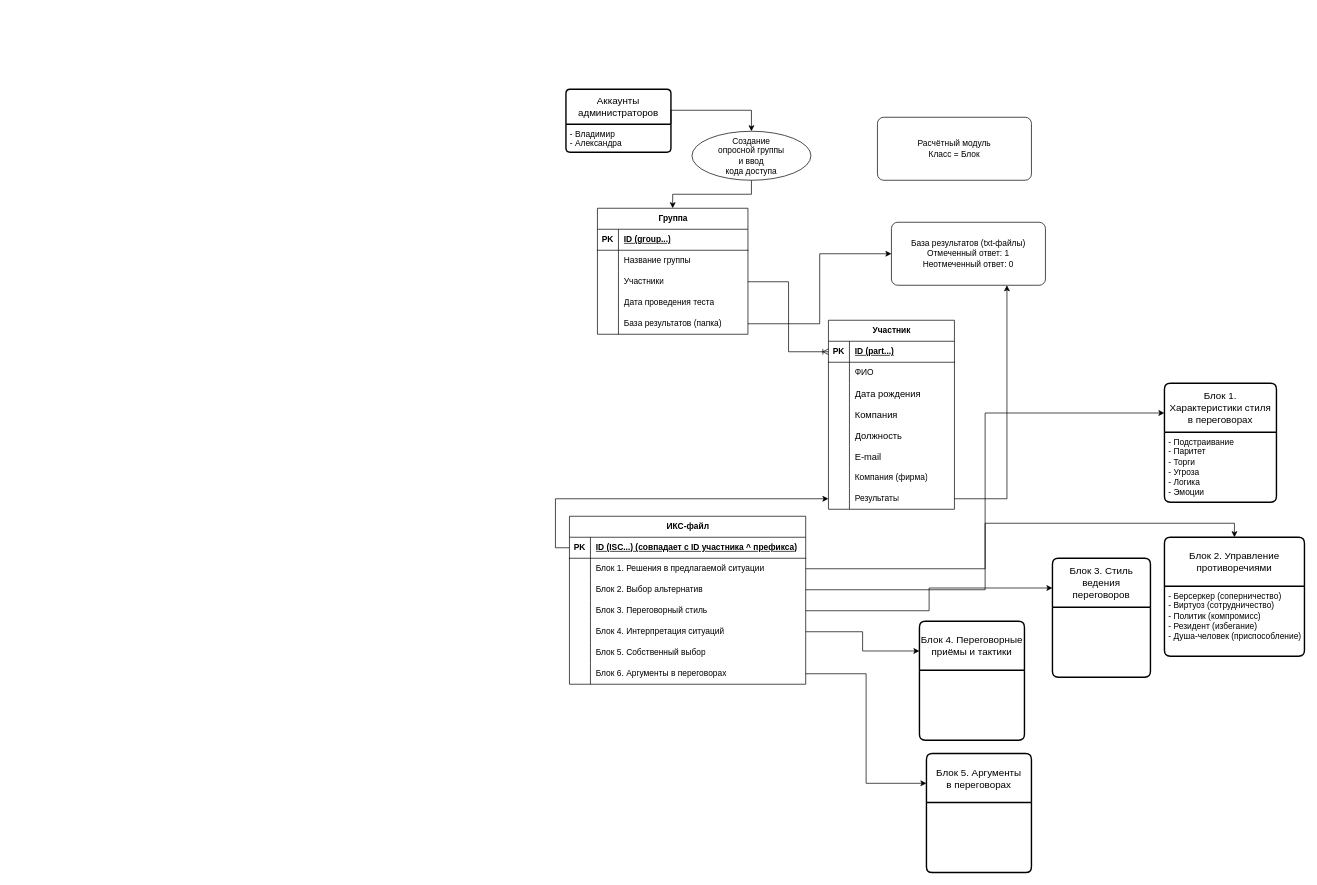
Above: ИКС-файл.drawio in apakufai/ISeC_workfiles (draw.io), before the change. Source tidied: cells renumbered, new cells numbered last; positions are measured from the earlier drawing's top-left corner, leaving out a move shared by most shapes. Both pictures are drawn from the tidied source at 70%, with x=0, y=0 at pixel (555, 89).
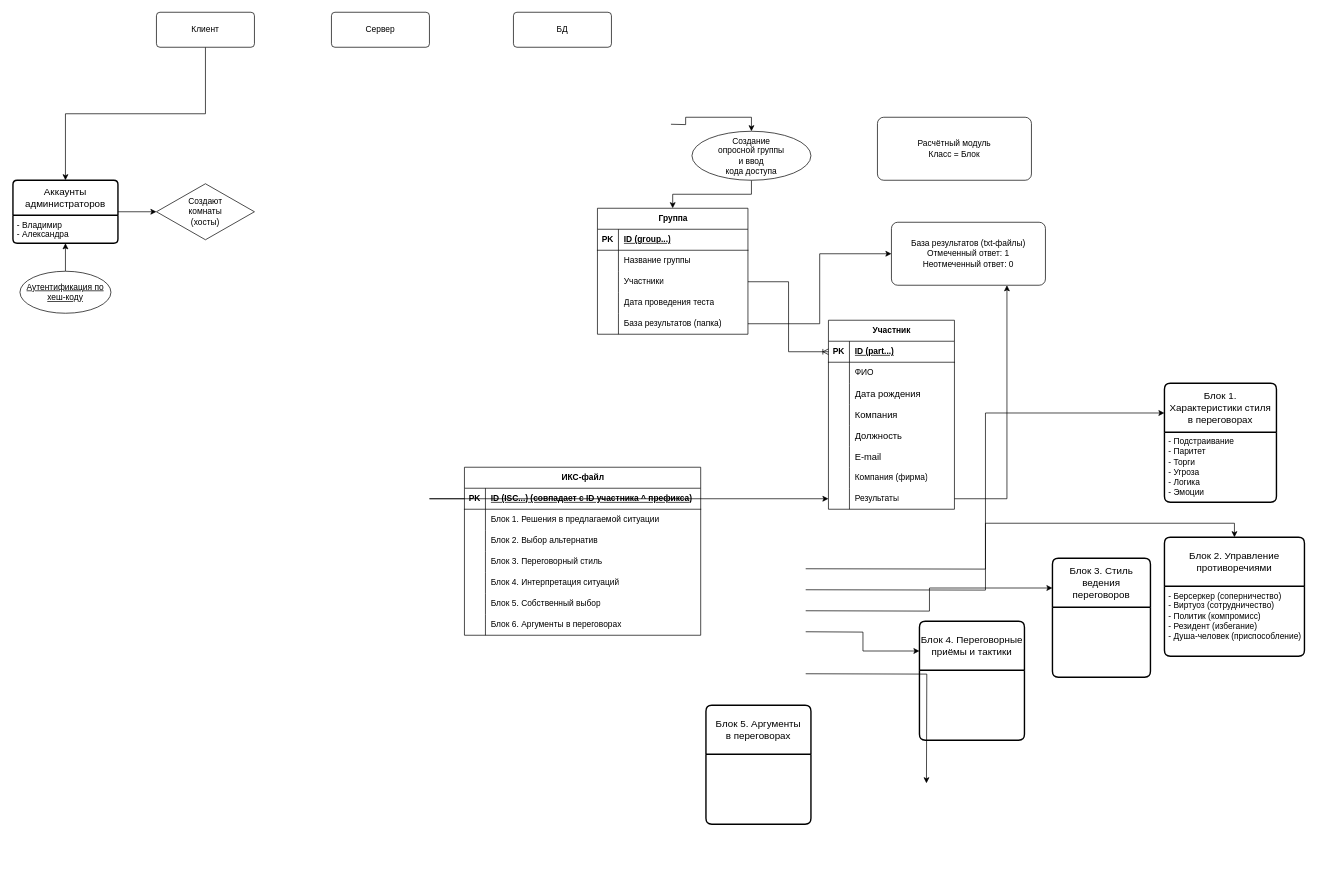
The same page after the edit.

Unchanged cells that the change refers to:
```xml
<mxCell id="3" value="- Владимир&lt;div&gt;- Александра&lt;/div&gt;" style="align=left;strokeColor=none;fillColor=none;spacingLeft=4;fontSize=12;verticalAlign=top;html=1;" parent="2" vertex="1">
  <mxGeometry y="50" width="150" height="40" as="geometry" />
</mxCell>
<mxCell id="20" value="Блок 1.&lt;div&gt;Характеристики стиля&lt;/div&gt;&lt;div&gt;в переговорах&lt;/div&gt;" style="swimlane;horizontal=1;startSize=70;rounded=1;fontSize=14;fontStyle=0;strokeWidth=2;shadow=0;dashed=0;align=center;arcSize=4;whiteSpace=wrap;html=1;" parent="1" vertex="1">
  <mxGeometry x="870" y="420" width="160" height="170" as="geometry" />
</mxCell>
<mxCell id="24" value="Создание&lt;div&gt;опросной группы&lt;/div&gt;&lt;div&gt;и ввод&lt;/div&gt;&lt;div&gt;кода доступа&lt;/div&gt;" style="ellipse;whiteSpace=wrap;html=1;align=center;" parent="1" vertex="1">
  <mxGeometry x="195" y="60" width="170" height="70" as="geometry" />
</mxCell>
<mxCell id="27" style="shape=tableRow;horizontal=0;startSize=0;swimlaneHead=0;swimlaneBody=0;fillColor=none;points=[[0,0.5],[1,0.5]];portConstraint=eastwest;top=0;left=0;right=0;bottom=1;" parent="26" vertex="1">
  <mxGeometry y="30" width="337.5" height="30" as="geometry" />
</mxCell>
<mxCell id="30" style="shape=tableRow;horizontal=0;startSize=0;swimlaneHead=0;swimlaneBody=0;fillColor=none;points=[[0,0.5],[1,0.5]];portConstraint=eastwest;top=0;left=0;right=0;bottom=0;" parent="26" vertex="1">
  <mxGeometry y="60" width="337.5" height="30" as="geometry" />
</mxCell>
<mxCell id="33" style="shape=tableRow;horizontal=0;startSize=0;swimlaneHead=0;swimlaneBody=0;fillColor=none;points=[[0,0.5],[1,0.5]];portConstraint=eastwest;top=0;left=0;right=0;bottom=0;" parent="26" vertex="1">
  <mxGeometry y="90" width="337.5" height="30" as="geometry" />
</mxCell>
<mxCell id="36" style="shape=tableRow;horizontal=0;startSize=0;swimlaneHead=0;swimlaneBody=0;fillColor=none;points=[[0,0.5],[1,0.5]];portConstraint=eastwest;top=0;left=0;right=0;bottom=0;" parent="26" vertex="1">
  <mxGeometry y="120" width="337.5" height="30" as="geometry" />
</mxCell>
<mxCell id="39" style="shape=tableRow;horizontal=0;startSize=0;swimlaneHead=0;swimlaneBody=0;fillColor=none;points=[[0,0.5],[1,0.5]];portConstraint=eastwest;top=0;left=0;right=0;bottom=0;" parent="26" vertex="1">
  <mxGeometry y="150" width="337.5" height="30" as="geometry" />
</mxCell>
<mxCell id="45" style="shape=tableRow;horizontal=0;startSize=0;swimlaneHead=0;swimlaneBody=0;fillColor=none;points=[[0,0.5],[1,0.5]];portConstraint=eastwest;top=0;left=0;right=0;bottom=0;" parent="26" vertex="1">
  <mxGeometry y="210" width="337.5" height="30" as="geometry" />
</mxCell>
<mxCell id="48" value="Блок 2. Управление противоречиями" style="swimlane;horizontal=1;startSize=70;rounded=1;fontSize=14;fontStyle=0;strokeWidth=2;shadow=0;dashed=0;align=center;arcSize=4;whiteSpace=wrap;html=1;" parent="1" vertex="1">
  <mxGeometry x="870" y="640" width="200" height="170" as="geometry" />
</mxCell>
<mxCell id="50" value="Блок 3. Стиль ведения переговоров" style="swimlane;horizontal=1;startSize=70;rounded=1;fontSize=14;fontStyle=0;strokeWidth=2;shadow=0;dashed=0;align=center;arcSize=4;whiteSpace=wrap;html=1;" parent="1" vertex="1">
  <mxGeometry x="710" y="670" width="140" height="170" as="geometry" />
</mxCell>
<mxCell id="51" value="Блок 4. Переговорные приёмы и тактики" style="swimlane;horizontal=1;startSize=70;rounded=1;fontSize=14;fontStyle=0;strokeWidth=2;shadow=0;dashed=0;align=center;arcSize=4;whiteSpace=wrap;html=1;" parent="1" vertex="1">
  <mxGeometry x="520" y="760" width="150" height="170" as="geometry" />
</mxCell>
<mxCell id="77" style="shape=tableRow;horizontal=0;startSize=0;swimlaneHead=0;swimlaneBody=0;fillColor=none;points=[[0,0.5],[1,0.5]];portConstraint=eastwest;top=0;left=0;right=0;bottom=0;" parent="55" vertex="1">
  <mxGeometry y="240" width="180" height="30" as="geometry" />
</mxCell>
```

Diff of the diagram source:
```diff
@@
+    <mxCell id="88" style="edgeStyle=orthogonalEdgeStyle;rounded=0;jettySize=auto;html=1;exitX=1;exitY=0.5;exitDx=0;exitDy=0;entryX=0;entryY=0.5;entryDx=0;entryDy=0;" parent="1" edge="1" source="2" target="95">
+      <mxGeometry relative="1" as="geometry" />
+    </mxCell>
     <mxCell id="2" value="Аккаунты администраторов" style="swimlane;horizontal=1;startSize=50;rounded=1;fontSize=14;fontStyle=0;strokeWidth=2;shadow=0;dashed=0;align=center;arcSize=4;whiteSpace=wrap;html=1;" parent="1" vertex="1">
-      <mxGeometry x="15" width="150" height="90" as="geometry" />
+      <mxGeometry x="-775" y="130" width="150" height="90" as="geometry" />
     </mxCell>
@@
-    <mxCell id="22" style="edgeStyle=orthogonalEdgeStyle;rounded=0;jettySize=auto;html=1;exitX=1;exitY=0;exitDx=0;exitDy=0;entryX=0.5;entryY=0;entryDx=0;entryDy=0;" parent="1" edge="1" source="3" target="24">
-      <mxGeometry relative="1" as="geometry" />
+    <mxCell id="22" style="edgeStyle=orthogonalEdgeStyle;rounded=0;jettySize=auto;html=1;exitX=1;exitY=0;exitDx=0;exitDy=0;entryX=0.5;entryY=0;entryDx=0;entryDy=0;" parent="1" edge="1" target="24">
+      <mxGeometry relative="1" as="geometry">
+        <mxPoint x="165" y="50" as="sourcePoint" />
+      </mxGeometry>
     </mxCell>
@@
     <mxCell id="26" value="ИКС-файл" style="shape=table;startSize=30;childLayout=tableLayout;rowLines=0;fontStyle=1;align=center;html=1;" parent="1" vertex="1">
-      <mxGeometry x="20" y="610" width="337.5" height="240" as="geometry" />
+      <mxGeometry x="-130" y="540" width="337.5" height="240" as="geometry" />
     </mxCell>
@@
     <mxCell id="52" style="edgeStyle=elbowEdgeStyle;rounded=0;jettySize=auto;html=1;exitX=0;exitY=0.5;exitDx=0;exitDy=0;entryX=0;entryY=0.5;entryDx=0;entryDy=0;" parent="1" edge="1" source="27" target="77">
       <mxGeometry relative="1" as="geometry">
         <Array as="points">
-          <mxPoint y="600" />
+          <mxPoint x="-180" y="590" />
         </Array>
       </mxGeometry>
     </mxCell>
@@
-    <mxCell id="82" style="edgeStyle=orthogonalEdgeStyle;rounded=0;jettySize=auto;html=1;exitX=1;exitY=0.5;exitDx=0;exitDy=0;entryX=0;entryY=0.25;entryDx=0;entryDy=0;" parent="1" edge="1" source="30" target="20">
-      <mxGeometry relative="1" as="geometry" />
+    <mxCell id="82" style="edgeStyle=orthogonalEdgeStyle;rounded=0;jettySize=auto;html=1;exitX=1;exitY=0.5;exitDx=0;exitDy=0;entryX=0;entryY=0.25;entryDx=0;entryDy=0;" parent="1" edge="1" target="20">
+      <mxGeometry relative="1" as="geometry">
+        <mxPoint x="357.5" y="685" as="sourcePoint" />
+      </mxGeometry>
     </mxCell>
-    <mxCell id="83" style="edgeStyle=orthogonalEdgeStyle;rounded=0;jettySize=auto;html=1;exitX=1;exitY=0.5;exitDx=0;exitDy=0;entryX=0.5;entryY=0;entryDx=0;entryDy=0;" parent="1" edge="1" source="33" target="48">
-      <mxGeometry relative="1" as="geometry" />
+    <mxCell id="83" style="edgeStyle=orthogonalEdgeStyle;rounded=0;jettySize=auto;html=1;exitX=1;exitY=0.5;exitDx=0;exitDy=0;entryX=0.5;entryY=0;entryDx=0;entryDy=0;" parent="1" edge="1" target="48">
+      <mxGeometry relative="1" as="geometry">
+        <mxPoint x="357.5" y="715" as="sourcePoint" />
+      </mxGeometry>
     </mxCell>
-    <mxCell id="84" style="edgeStyle=orthogonalEdgeStyle;rounded=0;jettySize=auto;html=1;exitX=1;exitY=0.5;exitDx=0;exitDy=0;entryX=0;entryY=0.25;entryDx=0;entryDy=0;" parent="1" edge="1" source="36" target="50">
-      <mxGeometry relative="1" as="geometry" />
+    <mxCell id="84" style="edgeStyle=orthogonalEdgeStyle;rounded=0;jettySize=auto;html=1;exitX=1;exitY=0.5;exitDx=0;exitDy=0;entryX=0;entryY=0.25;entryDx=0;entryDy=0;" parent="1" edge="1" target="50">
+      <mxGeometry relative="1" as="geometry">
+        <mxPoint x="357.5" y="745" as="sourcePoint" />
+      </mxGeometry>
     </mxCell>
     <mxCell id="85" value="Блок 5. Аргументы&lt;div&gt;в переговорах&lt;/div&gt;" style="swimlane;horizontal=1;startSize=70;rounded=1;fontSize=14;fontStyle=0;strokeWidth=2;shadow=0;dashed=0;align=center;arcSize=4;whiteSpace=wrap;html=1;" parent="1" vertex="1">
-      <mxGeometry x="530" y="949" width="150" height="170" as="geometry" />
+      <mxGeometry x="215" y="880" width="150" height="170" as="geometry" />
     </mxCell>
-    <mxCell id="86" style="edgeStyle=orthogonalEdgeStyle;rounded=0;jettySize=auto;html=1;entryX=0;entryY=0.25;entryDx=0;entryDy=0;" parent="1" edge="1" source="39" target="51">
-      <mxGeometry relative="1" as="geometry" />
+    <mxCell id="86" style="edgeStyle=orthogonalEdgeStyle;rounded=0;jettySize=auto;html=1;entryX=0;entryY=0.25;entryDx=0;entryDy=0;" parent="1" edge="1" target="51">
+      <mxGeometry relative="1" as="geometry">
+        <mxPoint x="357.5" y="775" as="sourcePoint" />
+      </mxGeometry>
     </mxCell>
-    <mxCell id="87" style="edgeStyle=orthogonalEdgeStyle;rounded=0;jettySize=auto;html=1;exitX=1;exitY=0.5;exitDx=0;exitDy=0;entryX=0;entryY=0.25;entryDx=0;entryDy=0;" parent="1" edge="1" source="45" target="85">
-      <mxGeometry relative="1" as="geometry" />
+    <mxCell id="87" style="edgeStyle=orthogonalEdgeStyle;rounded=0;orthogonalLoop=1;jettySize=auto;html=1;exitX=1;exitY=0.5;exitDx=0;exitDy=0;entryX=0;entryY=0.25;entryDx=0;entryDy=0;" parent="1" edge="1">
+      <mxGeometry relative="1" as="geometry">
+        <mxPoint x="357.5" y="835" as="sourcePoint" />
+        <mxPoint x="530" y="991.5" as="targetPoint" />
+      </mxGeometry>
     </mxCell>
+    <mxCell id="89" style="edgeStyle=orthogonalEdgeStyle;rounded=0;jettySize=auto;html=1;exitX=0.5;exitY=1;exitDx=0;exitDy=0;entryX=0.5;entryY=0;entryDx=0;entryDy=0;" parent="1" edge="1" source="90" target="2">
+      <mxGeometry relative="1" as="geometry" />
+    </mxCell>
+    <mxCell id="90" value="Клиент" style="rounded=1;arcSize=10;whiteSpace=wrap;html=1;align=center;" parent="1" vertex="1">
+      <mxGeometry x="-570" y="-110" width="140" height="50" as="geometry" />
+    </mxCell>
+    <mxCell id="91" style="edgeStyle=orthogonalEdgeStyle;rounded=0;jettySize=auto;html=1;exitX=0.5;exitY=0;exitDx=0;exitDy=0;entryX=0.5;entryY=1;entryDx=0;entryDy=0;" parent="1" edge="1" source="92" target="3">
+      <mxGeometry relative="1" as="geometry" />
+    </mxCell>
+    <mxCell id="92" value="Аутентификация по&lt;div&gt;хеш-коду&lt;/div&gt;" style="ellipse;whiteSpace=wrap;html=1;align=center;fontStyle=4;" parent="1" vertex="1">
+      <mxGeometry x="-765" y="260" width="130" height="60" as="geometry" />
+    </mxCell>
+    <mxCell id="93" value="Сервер" style="rounded=1;arcSize=10;whiteSpace=wrap;html=1;align=center;" parent="1" vertex="1">
+      <mxGeometry x="-320" y="-110" width="140" height="50" as="geometry" />
+    </mxCell>
+    <mxCell id="94" value="БД" style="rounded=1;arcSize=10;whiteSpace=wrap;html=1;align=center;" parent="1" vertex="1">
+      <mxGeometry x="-60" y="-110" width="140" height="50" as="geometry" />
+    </mxCell>
+    <mxCell id="95" value="Создают&lt;div&gt;комнаты&lt;div&gt;(хосты)&lt;/div&gt;&lt;/div&gt;" style="shape=rhombus;perimeter=rhombusPerimeter;whiteSpace=wrap;html=1;align=center;" parent="1" vertex="1">
+      <mxGeometry x="-570" y="135" width="140" height="80" as="geometry" />
+    </mxCell>
```
